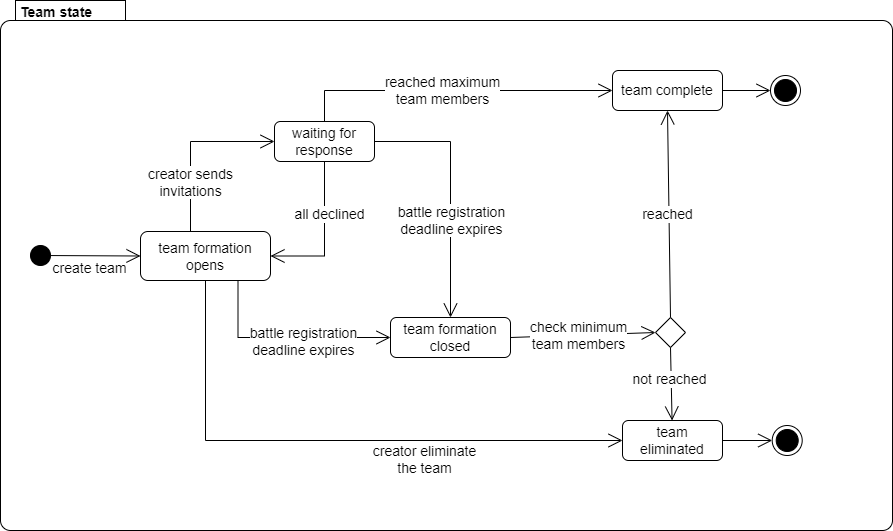
The draw.io diagram diagrams/state diagrams/team_state.png in mttcrn/software-engineering-II-project, before a commit. Source tidied: cells renumbered, new cells last; positions are measured from the earlier drawing's top-left corner, leaving out a move shared by most shapes.
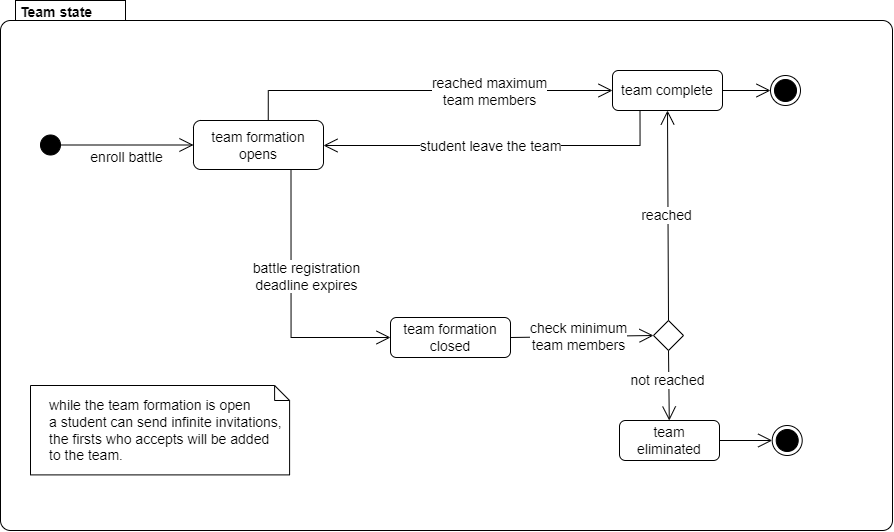
The same file after the commit.

What changed in the source:
```diff
@@ -6,15 +6,12 @@
       <mxGeometry width="892" height="530" as="geometry" />
     </mxCell>
     <mxCell id="3" style="shape=ellipse;html=1;fillColor=strokeColor;verticalLabelPosition=bottom;labelBackgroundColor=#ffffff;verticalAlign=top;fontSize=14;" parent="2" vertex="1">
-      <mxGeometry x="30" y="245" width="20" height="20" as="geometry" />
+      <mxGeometry x="40" y="134.5" width="20" height="20" as="geometry" />
     </mxCell>
-    <mxCell id="4" value="waiting for response" style="strokeColor=inherit;fillColor=inherit;gradientColor=inherit;shape=rect;html=1;rounded=1;whiteSpace=wrap;align=center;fontSize=14;" parent="2" vertex="1">
-      <mxGeometry x="274" y="121" width="100" height="40" as="geometry" />
-    </mxCell>
     <mxCell id="5" style="strokeColor=inherit;fillColor=inherit;gradientColor=inherit;edgeStyle=none;html=1;endArrow=open;endSize=12;rounded=0;entryX=0;entryY=0.5;entryDx=0;entryDy=0;fontSize=14;" parent="2" edge="1" source="3" target="17">
       <mxGeometry relative="1" as="geometry" />
     </mxCell>
-    <mxCell id="6" value="create team" style="edgeLabel;html=1;align=center;verticalAlign=middle;fontSize=14;" parent="5" vertex="1">
+    <mxCell id="6" value="enroll battle" style="edgeLabel;html=1;align=center;verticalAlign=middle;fontSize=14;" parent="5" vertex="1">
       <mxGeometry x="0.2" y="-1" relative="1" as="geometry">
         <mxPoint x="-15" y="11" as="offset" />
       </mxGeometry>
@@ -25,55 +22,42 @@
     <mxCell id="8" style="ellipse;html=1;shape=endState;fillColor=strokeColor;fontSize=14;" parent="2" vertex="1">
       <mxGeometry x="770" y="75" width="30" height="30" as="geometry" />
     </mxCell>
-    <mxCell id="9" style="html=1;elbow=vertical;align=left;endArrow=open;rounded=0;labelBackgroundColor=none;verticalAlign=bottom;endSize=12;entryX=0.5;entryY=0;entryDx=0;entryDy=0;exitX=1;exitY=0.5;exitDx=0;exitDy=0;fontSize=14;edgeStyle=orthogonalEdgeStyle;" parent="2" edge="1" source="4" target="14">
-      <mxGeometry relative="1" as="geometry" />
-    </mxCell>
-    <mxCell id="10" value="battle registration &lt;br style=&quot;font-size: 14px;&quot;&gt;deadline expires" style="edgeLabel;html=1;align=center;verticalAlign=middle;fontSize=14;" parent="9" vertex="1">
-      <mxGeometry x="0.12" relative="1" as="geometry">
-        <mxPoint y="13" as="offset" />
-      </mxGeometry>
-    </mxCell>
     <mxCell id="11" style="strokeColor=inherit;fillColor=inherit;gradientColor=inherit;edgeStyle=none;html=1;endArrow=open;endSize=12;rounded=0;exitX=1;exitY=0.5;exitDx=0;exitDy=0;entryX=0;entryY=0.5;entryDx=0;entryDy=0;fontSize=14;" parent="2" edge="1" source="7" target="8">
       <mxGeometry relative="1" as="geometry" />
     </mxCell>
-    <mxCell id="12" style="html=1;elbow=vertical;align=right;endArrow=open;rounded=0;labelBackgroundColor=none;endSize=12;edgeStyle=orthogonalEdgeStyle;exitX=0.5;exitY=1;exitDx=0;exitDy=0;entryX=0;entryY=0.5;entryDx=0;entryDy=0;fontSize=14;" parent="2" edge="1" source="17" target="27">
-      <mxGeometry relative="1" as="geometry" />
+    <mxCell id="12" style="html=1;elbow=vertical;align=right;endArrow=open;rounded=0;labelBackgroundColor=none;endSize=12;edgeStyle=orthogonalEdgeStyle;exitX=0.25;exitY=1;exitDx=0;exitDy=0;fontSize=14;entryX=1;entryY=0.5;entryDx=0;entryDy=0;" parent="2" edge="1" source="7" target="17">
+      <mxGeometry relative="1" as="geometry">
+        <Array as="points">
+          <mxPoint x="640" y="145" />
+          <mxPoint x="323" y="145" />
+        </Array>
+      </mxGeometry>
     </mxCell>
-    <mxCell id="13" value="creator eliminate &lt;br style=&quot;font-size: 14px;&quot;&gt;the team" style="edgeLabel;html=1;align=center;verticalAlign=middle;fontSize=14;" parent="12" vertex="1">
+    <mxCell id="13" value="student leave the team" style="edgeLabel;html=1;align=center;verticalAlign=middle;fontSize=14;" parent="12" vertex="1">
       <mxGeometry x="0.46" y="-1" relative="1" as="geometry">
-        <mxPoint x="-42" y="17" as="offset" />
+        <mxPoint x="72" y="1" as="offset" />
       </mxGeometry>
     </mxCell>
     <mxCell id="14" value="team formation closed" style="strokeColor=inherit;fillColor=inherit;gradientColor=inherit;shape=rect;html=1;rounded=1;whiteSpace=wrap;align=center;fontSize=14;" parent="2" vertex="1">
       <mxGeometry x="390" y="317" width="120" height="40" as="geometry" />
     </mxCell>
-    <mxCell id="15" style="edgeStyle=elbowEdgeStyle;html=1;elbow=horizontal;align=right;verticalAlign=bottom;rounded=0;labelBackgroundColor=none;endArrow=open;endSize=12;exitX=0.5;exitY=0;exitDx=0;exitDy=0;entryX=0;entryY=0.5;entryDx=0;entryDy=0;fontSize=14;" parent="2" edge="1" source="17" target="4">
-      <mxGeometry relative="1" as="geometry">
-        <Array as="points">
-          <mxPoint x="190" y="190" />
-        </Array>
-      </mxGeometry>
-    </mxCell>
-    <mxCell id="16" value="creator sends&lt;br style=&quot;font-size: 14px;&quot;&gt;invitations" style="edgeLabel;html=1;align=center;verticalAlign=middle;fontSize=14;" parent="15" vertex="1">
-      <mxGeometry x="0.66" relative="1" as="geometry">
-        <mxPoint x="-53" y="40" as="offset" />
-      </mxGeometry>
-    </mxCell>
     <mxCell id="17" value="team formation opens" style="strokeColor=inherit;fillColor=inherit;gradientColor=inherit;shape=rect;html=1;rounded=1;whiteSpace=wrap;align=center;fontSize=14;" parent="2" vertex="1">
-      <mxGeometry x="140" y="231" width="130" height="49" as="geometry" />
+      <mxGeometry x="193" y="120" width="130" height="49" as="geometry" />
     </mxCell>
-    <mxCell id="18" style="html=1;elbow=vertical;align=left;endArrow=open;rounded=0;labelBackgroundColor=none;verticalAlign=bottom;endSize=12;exitX=0.5;exitY=0;exitDx=0;exitDy=0;fontSize=14;" parent="2" edge="1" source="4" target="7">
+    <mxCell id="18" style="html=1;elbow=vertical;align=left;endArrow=open;rounded=0;labelBackgroundColor=none;verticalAlign=bottom;endSize=12;exitX=0.575;exitY=-0.015;exitDx=0;exitDy=0;fontSize=14;exitPerimeter=0;edgeStyle=orthogonalEdgeStyle;" parent="2" edge="1" source="17" target="7">
       <mxGeometry relative="1" as="geometry">
         <Array as="points">
-          <mxPoint x="324" y="90" />
+          <mxPoint x="268" y="90" />
         </Array>
       </mxGeometry>
     </mxCell>
     <mxCell id="19" value="&lt;font style=&quot;font-size: 14px;&quot;&gt;reached maximum&lt;br style=&quot;font-size: 14px;&quot;&gt;team members&lt;/font&gt;" style="edgeLabel;html=1;align=center;verticalAlign=middle;fontSize=14;" parent="18" vertex="1">
-      <mxGeometry x="-0.07" y="1" relative="1" as="geometry" />
+      <mxGeometry x="-0.07" y="1" relative="1" as="geometry">
+        <mxPoint x="77" y="1" as="offset" />
+      </mxGeometry>
     </mxCell>
     <mxCell id="20" style="shape=rhombus;html=1;labelPosition=right;align=left;verticalAlign=middle;fontSize=14;" parent="2" vertex="1">
-      <mxGeometry x="655" y="317" width="30" height="30" as="geometry" />
+      <mxGeometry x="653" y="320" width="30" height="30" as="geometry" />
     </mxCell>
     <mxCell id="21" style="html=1;elbow=vertical;align=left;endArrow=open;rounded=0;labelBackgroundColor=none;verticalAlign=bottom;endSize=12;entryX=0;entryY=0.5;entryDx=0;entryDy=0;exitX=1;exitY=0.5;exitDx=0;exitDy=0;fontSize=14;" parent="2" edge="1" source="14" target="20">
       <mxGeometry relative="1" as="geometry" />
@@ -100,7 +84,7 @@
       </mxGeometry>
     </mxCell>
     <mxCell id="27" value="team eliminated" style="strokeColor=inherit;fillColor=inherit;gradientColor=inherit;shape=rect;html=1;rounded=1;whiteSpace=wrap;align=center;fontSize=14;" parent="2" vertex="1">
-      <mxGeometry x="622" y="420" width="100" height="40" as="geometry" />
+      <mxGeometry x="619" y="420" width="100" height="40" as="geometry" />
     </mxCell>
     <mxCell id="28" style="ellipse;html=1;shape=endState;fillColor=strokeColor;fontSize=14;" parent="2" vertex="1">
       <mxGeometry x="771.7" y="425" width="30" height="30" as="geometry" />
@@ -108,21 +92,22 @@
     <mxCell id="29" style="strokeColor=inherit;fillColor=inherit;gradientColor=inherit;edgeStyle=none;html=1;endArrow=open;endSize=12;rounded=0;exitX=1;exitY=0.5;exitDx=0;exitDy=0;entryX=0;entryY=0.5;entryDx=0;entryDy=0;fontSize=14;" parent="2" edge="1" source="27" target="28">
       <mxGeometry relative="1" as="geometry" />
     </mxCell>
-    <mxCell id="30" style="html=1;elbow=vertical;align=left;endArrow=open;rounded=0;labelBackgroundColor=none;verticalAlign=bottom;endSize=12;entryX=1;entryY=0.5;entryDx=0;entryDy=0;exitX=0.5;exitY=1;exitDx=0;exitDy=0;edgeStyle=orthogonalEdgeStyle;fontSize=14;" parent="2" edge="1" source="4" target="17">
-      <mxGeometry relative="1" as="geometry" />
-    </mxCell>
-    <mxCell id="31" value="all declined" style="edgeLabel;html=1;align=center;verticalAlign=middle;fontSize=14;" parent="30" vertex="1">
-      <mxGeometry x="0.12" relative="1" as="geometry">
-        <mxPoint x="4" y="-31" as="offset" />
-      </mxGeometry>
-    </mxCell>
     <mxCell id="32" style="html=1;elbow=vertical;align=right;endArrow=open;rounded=0;labelBackgroundColor=none;endSize=12;edgeStyle=orthogonalEdgeStyle;exitX=0.75;exitY=1;exitDx=0;exitDy=0;entryX=0;entryY=0.5;entryDx=0;entryDy=0;fontSize=14;" parent="2" edge="1" source="17" target="14">
       <mxGeometry relative="1" as="geometry" />
     </mxCell>
     <mxCell id="33" value="&lt;font style=&quot;font-size: 14px;&quot;&gt;battle registration&lt;br style=&quot;border-color: var(--border-color);&quot;&gt;deadline expires&lt;/font&gt;" style="edgeLabel;html=1;align=center;verticalAlign=middle;" parent="32" vertex="1">
       <mxGeometry x="-0.01" y="-3" relative="1" as="geometry">
-        <mxPoint x="18" as="offset" />
+        <mxPoint x="18" y="-26" as="offset" />
       </mxGeometry>
     </mxCell>
+    <mxCell id="34" style="group;fontSize=14;" parent="2" vertex="1">
+      <mxGeometry x="30" y="385" width="327" height="90" as="geometry" />
+    </mxCell>
+    <mxCell id="35" value="&lt;div style=&quot;font-size: 14px;&quot;&gt;&lt;br style=&quot;font-size: 14px;&quot;&gt;&lt;/div&gt;" style="shape=note;html=1;size=15;spacingLeft=5;align=left;html=1;overflow=fill;whiteSpace=wrap;align=center;fontSize=14;" parent="34" vertex="1">
+      <mxGeometry width="259.1" height="89.4" as="geometry" />
+    </mxCell>
+    <mxCell id="36" value="while the team formation is open&lt;br&gt;a student can send infinite invitations, &lt;br&gt;the firsts who accepts will be added &lt;br&gt;to the team." style="text;html=1;align=left;verticalAlign=middle;strokeColor=none;fillColor=none;fontSize=14;" parent="34" vertex="1">
+      <mxGeometry x="17" y="4.7" width="260" height="80" as="geometry" />
+    </mxCell>
   </root>
 </mxGraphModel>
```
